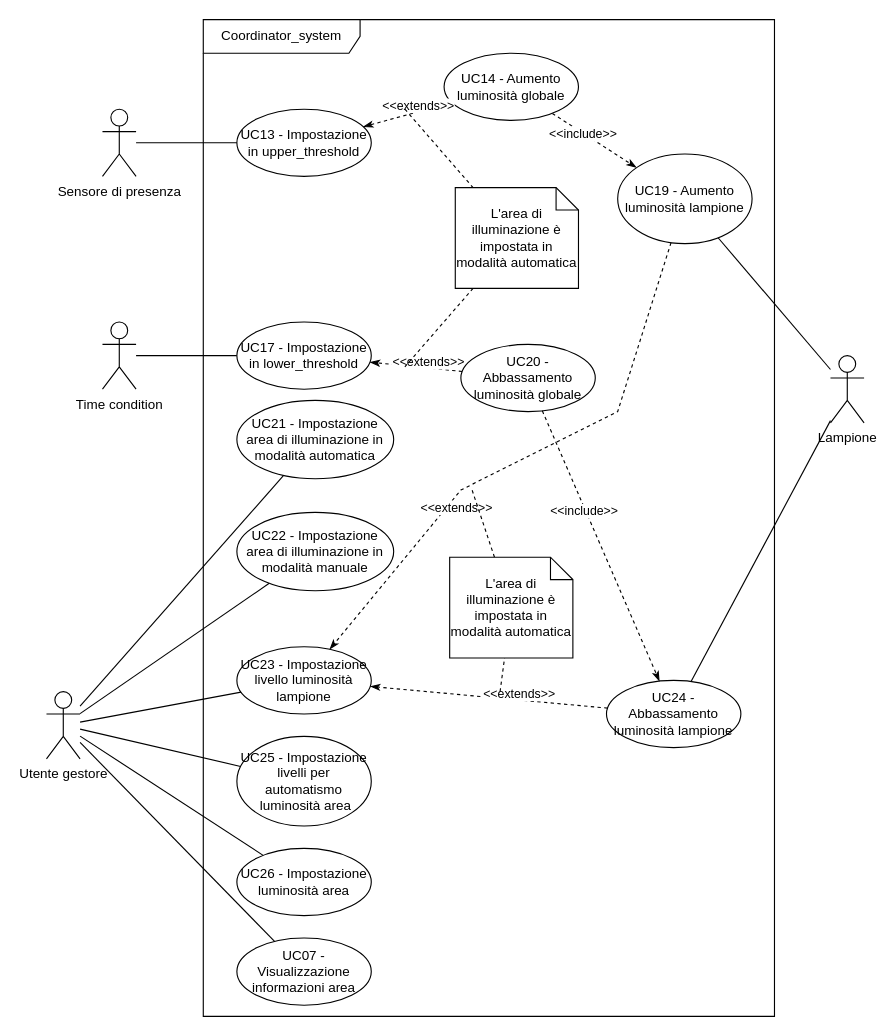
Above: page "Coordinator_service" (3 of 3) of casi_uso_grafici.drawio in SWEasabi/analisi-dei-requisiti (draw.io), before the change. Source tidied: cells renumbered, new cells numbered last; positions are measured from the earlier drawing's top-left corner, leaving out a move shared by most shapes. Both pictures are drawn from the tidied source at 112%, with x=0, y=0 at pixel (46, 19).
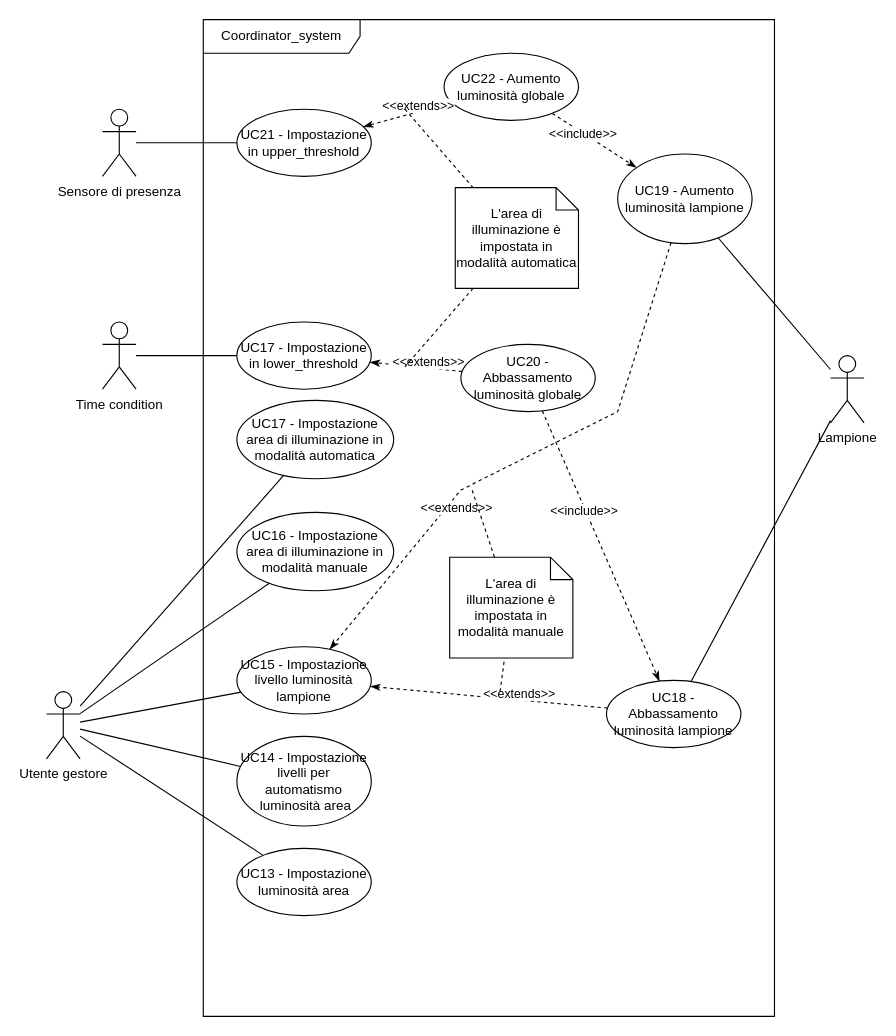
After the change.

Unchanged cells that the change refers to:
```xml
<mxCell id="13" value="Utente gestore" style="shape=umlActor;verticalLabelPosition=bottom;verticalAlign=top;html=1;outlineConnect=0;gradientColor=none;" parent="1" vertex="1">
  <mxGeometry y="600" width="30" height="60" as="geometry" />
</mxCell>
```

What changed in the source:
```diff
@@
-    <mxCell id="8" value="UC23 - Impostazione livello luminosità lampione" style="ellipse;whiteSpace=wrap;html=1;" parent="1" vertex="1">
+    <mxCell id="8" value="UC15 - Impostazione livello luminosità lampione" style="ellipse;whiteSpace=wrap;html=1;" parent="1" vertex="1">
       <mxGeometry x="170" y="560" width="120" height="60" as="geometry" />
     </mxCell>
@@
-    <mxCell id="10" value="UC14 - Aumento luminosità globale" style="ellipse;whiteSpace=wrap;html=1;gradientColor=none;" parent="1" vertex="1">
+    <mxCell id="10" value="UC22 - Aumento luminosità globale" style="ellipse;whiteSpace=wrap;html=1;gradientColor=none;" parent="1" vertex="1">
       <mxGeometry x="355" y="30" width="120" height="60" as="geometry" />
     </mxCell>
@@
-    <mxCell id="15" value="UC24 - Abbassamento luminosità lampione" style="ellipse;whiteSpace=wrap;html=1;" parent="1" vertex="1">
+    <mxCell id="15" value="UC18 - Abbassamento luminosità lampione" style="ellipse;whiteSpace=wrap;html=1;" parent="1" vertex="1">
       <mxGeometry x="500" y="590" width="120" height="60" as="geometry" />
     </mxCell>
@@
-    <mxCell id="18" value="UC13 - Impostazione in upper_threshold" style="ellipse;whiteSpace=wrap;html=1;gradientColor=none;" parent="1" vertex="1">
+    <mxCell id="18" value="UC21 - Impostazione in upper_threshold" style="ellipse;whiteSpace=wrap;html=1;gradientColor=none;" parent="1" vertex="1">
       <mxGeometry x="170" y="80" width="120" height="60" as="geometry" />
     </mxCell>
@@
-    <mxCell id="23" value="UC21 - Impostazione area di illuminazione in modalità automatica" style="ellipse;whiteSpace=wrap;html=1;" parent="1" vertex="1">
+    <mxCell id="23" value="UC17 - Impostazione area di illuminazione in modalità automatica" style="ellipse;whiteSpace=wrap;html=1;" parent="1" vertex="1">
       <mxGeometry x="170" y="340" width="140" height="70" as="geometry" />
     </mxCell>
@@
-    <mxCell id="30" value="UC22 - Impostazione area di illuminazione in modalità manuale" style="ellipse;whiteSpace=wrap;html=1;" parent="1" vertex="1">
+    <mxCell id="30" value="UC16 - Impostazione area di illuminazione in modalità manuale" style="ellipse;whiteSpace=wrap;html=1;" parent="1" vertex="1">
       <mxGeometry x="170" y="440" width="140" height="70" as="geometry" />
     </mxCell>
@@
-    <mxCell id="37" value="UC25 - Impostazione livelli per automatismo&lt;br&gt;&amp;nbsp;luminosità area" style="ellipse;whiteSpace=wrap;html=1;" parent="1" vertex="1">
+    <mxCell id="37" value="UC14 - Impostazione livelli per automatismo&lt;br&gt;&amp;nbsp;luminosità area" style="ellipse;whiteSpace=wrap;html=1;" parent="1" vertex="1">
       <mxGeometry x="170" y="640" width="120" height="80" as="geometry" />
     </mxCell>
@@
-    <mxCell id="39" value="UC26 - Impostazione luminosità area" style="ellipse;whiteSpace=wrap;html=1;" parent="1" vertex="1">
+    <mxCell id="39" value="UC13 - Impostazione luminosità area" style="ellipse;whiteSpace=wrap;html=1;" parent="1" vertex="1">
       <mxGeometry x="170" y="740" width="120" height="60" as="geometry" />
     </mxCell>
-    <mxCell id="40" value="UC07 - Visualizzazione informazioni area" style="ellipse;whiteSpace=wrap;html=1;" parent="1" vertex="1">
-      <mxGeometry x="170" y="820" width="120" height="60" as="geometry" />
-    </mxCell>
@@
-    <mxCell id="42" style="edgeStyle=none;rounded=0;jumpStyle=none;jumpSize=15;jettySize=auto;html=1;endArrow=none;endFill=0;" parent="1" edge="1" source="13" target="40">
-      <mxGeometry relative="1" as="geometry" />
-    </mxCell>
@@
-    <mxCell id="44" value="L'area di illuminazione è impostata in modalità automatica" style="shape=note;size=20;whiteSpace=wrap;html=1;" parent="1" vertex="1">
+    <mxCell id="44" value="L'area di illuminazione è impostata in modalità manuale" style="shape=note;size=20;whiteSpace=wrap;html=1;" parent="1" vertex="1">
       <mxGeometry x="360" y="480" width="110" height="90" as="geometry" />
     </mxCell>
```
